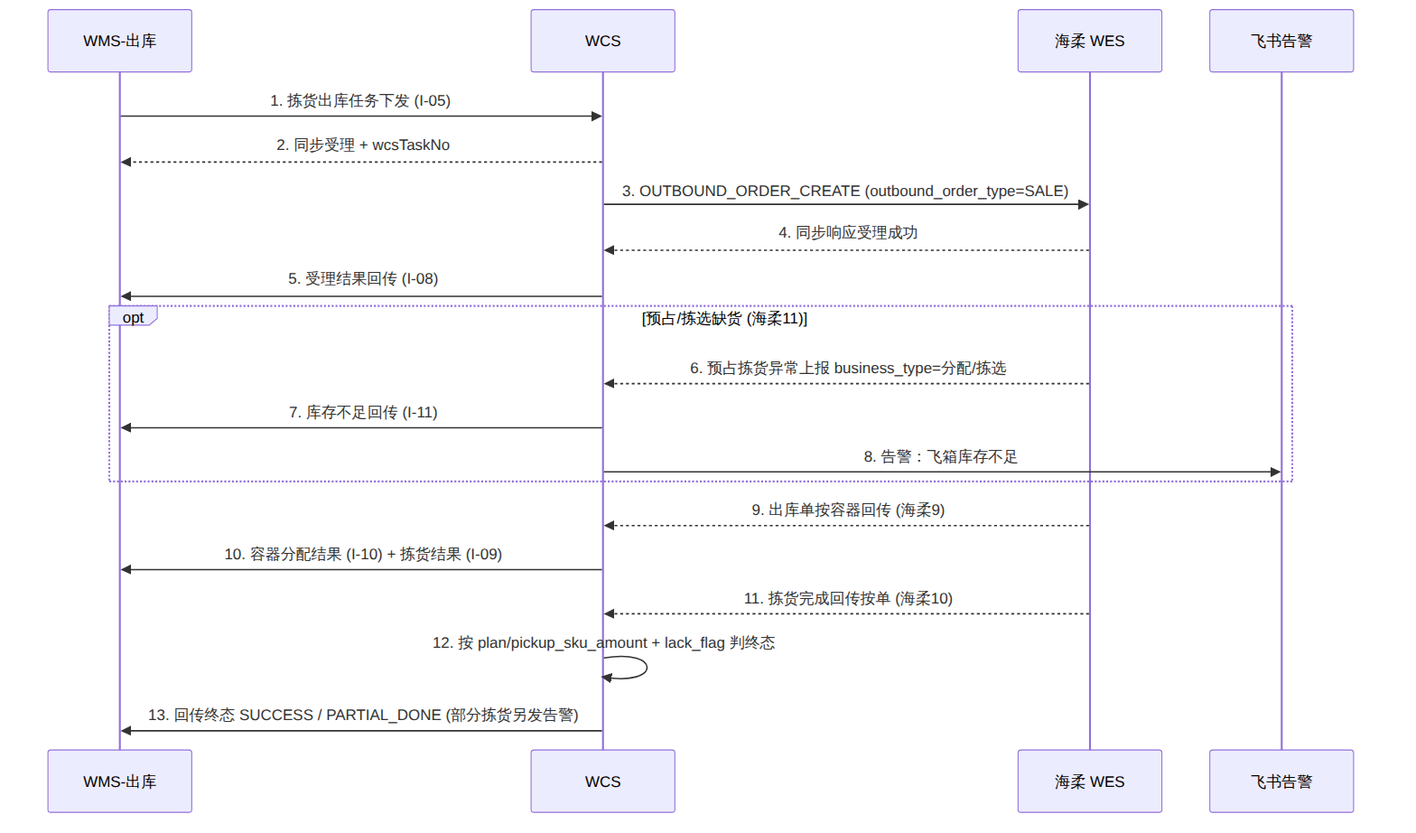
generous-jiang/jiangzw keeps this Mermaid diagram as docs/wcs/images/03-seq-pick.png. Above is the earlier version. Its source is kept beside it as docs/wcs/diagrams/03-seq-pick.mmd.
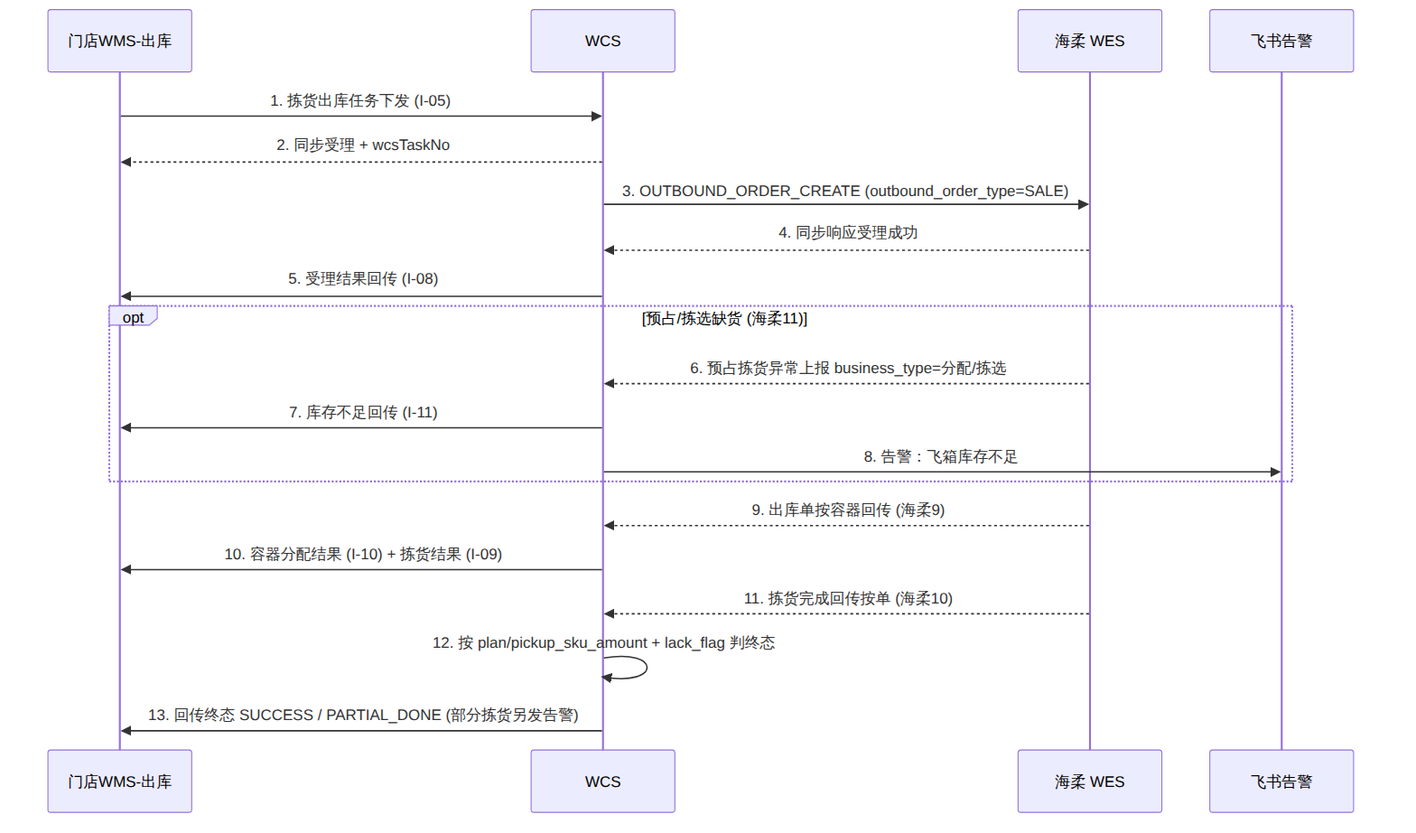
Above is the later version.

The edit, as a diff of the source:
```diff
@@ -1,5 +1,5 @@
 sequenceDiagram
-    participant WMS as WMS-出库
+    participant WMS as 门店WMS-出库
     participant WCS as WCS
     participant WES as 海柔 WES
     participant FS as 飞书告警
```
